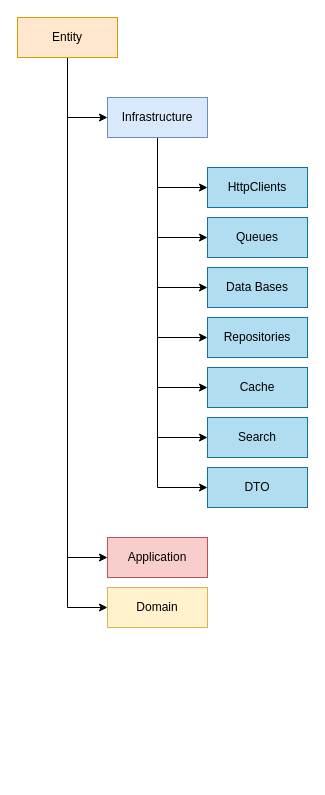
The draw.io diagram hexagonal-components.drawio in zearkiatos/diagrams, before the edit. Source tidied: cells renumbered, new cells numbered last; positions are measured from the earlier drawing's top-left corner, leaving out a move shared by most shapes. Both pictures are drawn from the tidied source at 100%, with x=0, y=0 at pixel (17, 17).
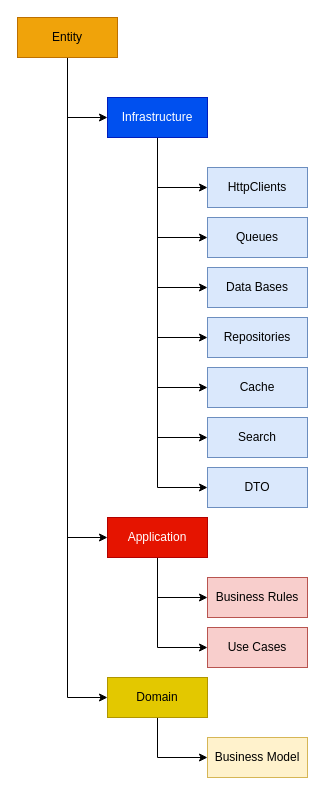
The same page after the edit.

Diff of the diagram source:
```diff
@@
-    <mxCell id="5" value="Entity" style="whiteSpace=wrap;html=1;align=center;fillColor=#ffe6cc;strokeColor=#d79b00;" parent="1" vertex="1">
+    <mxCell id="5" value="Entity" style="whiteSpace=wrap;html=1;align=center;fillColor=#f0a30a;strokeColor=#BD7000;fontColor=#000000;" parent="1" vertex="1">
       <mxGeometry width="100" height="40" as="geometry" />
     </mxCell>
@@
-    <mxCell id="13" value="Infrastructure" style="whiteSpace=wrap;html=1;align=center;fillColor=#dae8fc;strokeColor=#6c8ebf;" parent="1" vertex="1">
+    <mxCell id="13" value="Infrastructure" style="whiteSpace=wrap;html=1;align=center;fillColor=#0050ef;strokeColor=#001DBC;fontColor=#ffffff;" parent="1" vertex="1">
       <mxGeometry x="90" y="80" width="100" height="40" as="geometry" />
     </mxCell>
+    <mxCell id="23" style="edgeStyle=orthogonalEdgeStyle;rounded=0;jettySize=auto;html=1;entryX=0;entryY=0.5;entryDx=0;entryDy=0;" parent="1" edge="1" source="14" target="26">
+      <mxGeometry relative="1" as="geometry" />
+    </mxCell>
+    <mxCell id="24" style="edgeStyle=orthogonalEdgeStyle;rounded=0;jettySize=auto;html=1;entryX=0;entryY=0.5;entryDx=0;entryDy=0;" parent="1" edge="1" source="14" target="27">
+      <mxGeometry relative="1" as="geometry" />
+    </mxCell>
-    <mxCell id="14" value="Application" style="whiteSpace=wrap;html=1;align=center;fillColor=#f8cecc;strokeColor=#b85450;" parent="1" vertex="1">
-      <mxGeometry x="90" y="520" width="100" height="40" as="geometry" />
+    <mxCell id="14" value="Application" style="whiteSpace=wrap;html=1;align=center;fillColor=#e51400;strokeColor=#B20000;fontColor=#ffffff;" parent="1" vertex="1">
+      <mxGeometry x="90" y="500" width="100" height="40" as="geometry" />
     </mxCell>
+    <mxCell id="25" style="edgeStyle=orthogonalEdgeStyle;rounded=0;jettySize=auto;html=1;entryX=0;entryY=0.5;entryDx=0;entryDy=0;" parent="1" edge="1" source="15" target="28">
+      <mxGeometry relative="1" as="geometry" />
+    </mxCell>
-    <mxCell id="15" value="Domain" style="whiteSpace=wrap;html=1;align=center;fillColor=#fff2cc;strokeColor=#d6b656;" parent="1" vertex="1">
-      <mxGeometry x="90" y="570" width="100" height="40" as="geometry" />
+    <mxCell id="15" value="Domain" style="whiteSpace=wrap;html=1;align=center;fillColor=#e3c800;strokeColor=#B09500;fontColor=#000000;" parent="1" vertex="1">
+      <mxGeometry x="90" y="660" width="100" height="40" as="geometry" />
     </mxCell>
-    <mxCell id="16" value="HttpClients" style="whiteSpace=wrap;html=1;align=center;fillColor=#b1ddf0;strokeColor=#10739e;" parent="1" vertex="1">
+    <mxCell id="16" value="HttpClients" style="whiteSpace=wrap;html=1;align=center;fillColor=#dae8fc;strokeColor=#6c8ebf;" parent="1" vertex="1">
       <mxGeometry x="190" y="150" width="100" height="40" as="geometry" />
     </mxCell>
-    <mxCell id="17" value="Queues" style="whiteSpace=wrap;html=1;align=center;fillColor=#b1ddf0;strokeColor=#10739e;" parent="1" vertex="1">
+    <mxCell id="17" value="Queues" style="whiteSpace=wrap;html=1;align=center;fillColor=#dae8fc;strokeColor=#6c8ebf;" parent="1" vertex="1">
       <mxGeometry x="190" y="200" width="100" height="40" as="geometry" />
     </mxCell>
-    <mxCell id="18" value="Data Bases" style="whiteSpace=wrap;html=1;align=center;fillColor=#b1ddf0;strokeColor=#10739e;" parent="1" vertex="1">
+    <mxCell id="18" value="Data Bases" style="whiteSpace=wrap;html=1;align=center;fillColor=#dae8fc;strokeColor=#6c8ebf;" parent="1" vertex="1">
       <mxGeometry x="190" y="250" width="100" height="40" as="geometry" />
     </mxCell>
-    <mxCell id="19" value="Repositories" style="whiteSpace=wrap;html=1;align=center;fillColor=#b1ddf0;strokeColor=#10739e;" parent="1" vertex="1">
+    <mxCell id="19" value="Repositories" style="whiteSpace=wrap;html=1;align=center;fillColor=#dae8fc;strokeColor=#6c8ebf;" parent="1" vertex="1">
       <mxGeometry x="190" y="300" width="100" height="40" as="geometry" />
     </mxCell>
-    <mxCell id="20" value="Cache" style="whiteSpace=wrap;html=1;align=center;fillColor=#b1ddf0;strokeColor=#10739e;" parent="1" vertex="1">
+    <mxCell id="20" value="Cache" style="whiteSpace=wrap;html=1;align=center;fillColor=#dae8fc;strokeColor=#6c8ebf;" parent="1" vertex="1">
       <mxGeometry x="190" y="350" width="100" height="40" as="geometry" />
     </mxCell>
-    <mxCell id="21" value="Search" style="whiteSpace=wrap;html=1;align=center;fillColor=#b1ddf0;strokeColor=#10739e;" parent="1" vertex="1">
+    <mxCell id="21" value="Search" style="whiteSpace=wrap;html=1;align=center;fillColor=#dae8fc;strokeColor=#6c8ebf;" parent="1" vertex="1">
       <mxGeometry x="190" y="400" width="100" height="40" as="geometry" />
     </mxCell>
-    <mxCell id="22" value="DTO" style="whiteSpace=wrap;html=1;align=center;fillColor=#b1ddf0;strokeColor=#10739e;" parent="1" vertex="1">
+    <mxCell id="22" value="DTO" style="whiteSpace=wrap;html=1;align=center;fillColor=#dae8fc;strokeColor=#6c8ebf;" parent="1" vertex="1">
       <mxGeometry x="190" y="450" width="100" height="40" as="geometry" />
     </mxCell>
+    <mxCell id="26" value="Business Rules" style="whiteSpace=wrap;html=1;align=center;fillColor=#f8cecc;strokeColor=#b85450;" parent="1" vertex="1">
+      <mxGeometry x="190" y="560" width="100" height="40" as="geometry" />
+    </mxCell>
+    <mxCell id="27" value="Use Cases" style="whiteSpace=wrap;html=1;align=center;fillColor=#f8cecc;strokeColor=#b85450;" parent="1" vertex="1">
+      <mxGeometry x="190" y="610" width="100" height="40" as="geometry" />
+    </mxCell>
+    <mxCell id="28" value="Business Model" style="whiteSpace=wrap;html=1;align=center;fillColor=#fff2cc;strokeColor=#d6b656;" parent="1" vertex="1">
+      <mxGeometry x="190" y="720" width="100" height="40" as="geometry" />
+    </mxCell>
```
